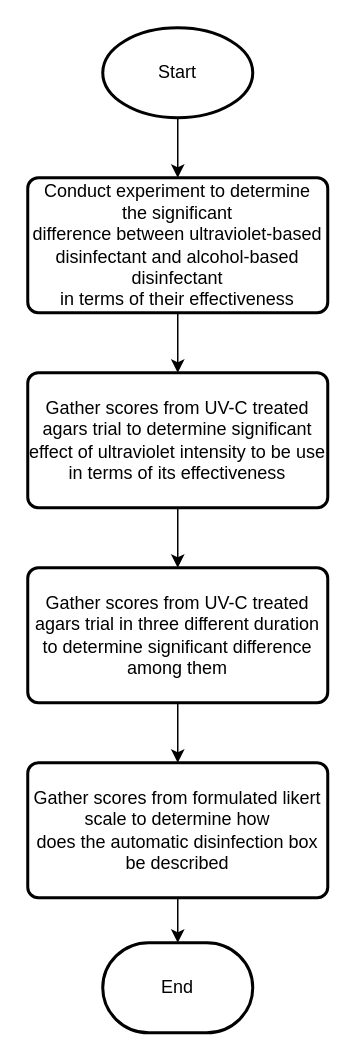
Before: March 3, 2022/Flowcharts/research design flowchart.drawio in MMSaralde/Computer-Engineering-Practice-and-Design-2, a draw.io diagram. Source tidied: cells renumbered, new cells numbered last; positions are measured from the earlier drawing's top-left corner, leaving out a move shared by most shapes. Both pictures are drawn from the tidied source at 150%, with x=0, y=0 at pixel (27, 27).
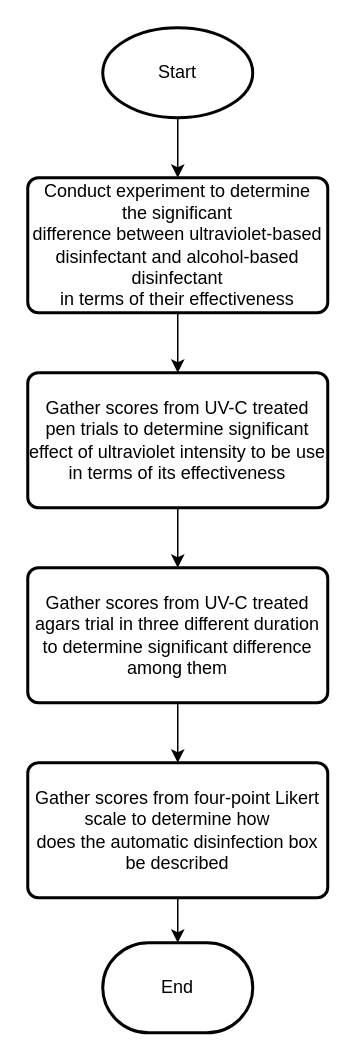
The same page after the edit.

Change to the diagram source:
```diff
@@
 <mxGraphModel>
   <root>
     <mxCell id="0" />
     <mxCell id="1" parent="0" />
     <mxCell id="2" style="edgeStyle=orthogonalEdgeStyle;rounded=0;jettySize=auto;html=1;fontSize=12;" parent="1" edge="1" source="3" target="5">
       <mxGeometry relative="1" as="geometry" />
     </mxCell>
     <mxCell id="3" value="Start" style="strokeWidth=2;html=1;shape=mxgraph.flowchart.start_1;whiteSpace=wrap;align=center;" parent="1" vertex="1">
       <mxGeometry x="50" width="100" height="60" as="geometry" />
     </mxCell>
     <mxCell id="4" style="edgeStyle=orthogonalEdgeStyle;rounded=0;jettySize=auto;html=1;fontSize=12;" parent="1" edge="1" source="5" target="7">
       <mxGeometry relative="1" as="geometry" />
     </mxCell>
     <mxCell id="5" value="&lt;font style=&quot;font-size: 12px;&quot;&gt;Conduct experiment to determine the&amp;nbsp;&lt;span style=&quot;font-family: Arial, sans-serif;&quot; lang=&quot;EN-US&quot;&gt;significant&lt;br&gt;difference between ultraviolet-based disinfectant and alcohol-based disinfectant&lt;br&gt;in terms of their effectiveness&lt;/span&gt;&lt;/font&gt;" style="rounded=1;whiteSpace=wrap;html=1;absoluteArcSize=1;arcSize=14;strokeWidth=2;align=center;" parent="1" vertex="1">
       <mxGeometry y="100" width="200" height="90" as="geometry" />
     </mxCell>
     <mxCell id="6" style="edgeStyle=orthogonalEdgeStyle;rounded=0;jettySize=auto;html=1;fontSize=12;" parent="1" edge="1" source="7" target="9">
       <mxGeometry relative="1" as="geometry" />
     </mxCell>
-    <mxCell id="7" value="&lt;font style=&quot;font-size: 12px;&quot;&gt;Gather scores from UV-C treated agars trial to determine&amp;nbsp;&lt;span style=&quot;font-family: Arial, sans-serif;&quot; lang=&quot;EN-US&quot;&gt;significant&lt;br&gt;effect of ultraviolet intensity to be use in terms of its effectiveness&lt;/span&gt;&lt;/font&gt;" style="rounded=1;whiteSpace=wrap;html=1;absoluteArcSize=1;arcSize=14;strokeWidth=2;fontSize=12;align=center;" parent="1" vertex="1">
+    <mxCell id="7" value="&lt;font style=&quot;font-size: 12px;&quot;&gt;Gather scores from UV-C treated pen trials to determine&amp;nbsp;&lt;span style=&quot;font-family: Arial, sans-serif;&quot; lang=&quot;EN-US&quot;&gt;significant&lt;br&gt;effect of ultraviolet intensity to be use in terms of its effectiveness&lt;/span&gt;&lt;/font&gt;" style="rounded=1;whiteSpace=wrap;html=1;absoluteArcSize=1;arcSize=14;strokeWidth=2;fontSize=12;align=center;" parent="1" vertex="1">
       <mxGeometry y="230" width="200" height="90" as="geometry" />
     </mxCell>
     <mxCell id="8" style="edgeStyle=orthogonalEdgeStyle;rounded=0;jettySize=auto;html=1;fontSize=12;" parent="1" edge="1" source="9" target="11">
       <mxGeometry relative="1" as="geometry" />
     </mxCell>
     <mxCell id="9" value="Gather scores from UV-C treated agars trial in three different duration to determine significant difference among them" style="rounded=1;whiteSpace=wrap;html=1;absoluteArcSize=1;arcSize=14;strokeWidth=2;fontSize=12;align=center;" parent="1" vertex="1">
       <mxGeometry y="360" width="200" height="90" as="geometry" />
     </mxCell>
     <mxCell id="10" style="edgeStyle=orthogonalEdgeStyle;rounded=0;jettySize=auto;html=1;fontSize=12;" parent="1" edge="1" source="11" target="12">
       <mxGeometry relative="1" as="geometry" />
     </mxCell>
-    <mxCell id="11" value="Gather scores from formulated likert scale to determine h&lt;span lang=&quot;EN-US&quot;&gt;ow&lt;br&gt;does the automatic disinfection box be described&lt;/span&gt;" style="rounded=1;whiteSpace=wrap;html=1;absoluteArcSize=1;arcSize=14;strokeWidth=2;fontSize=12;align=center;" parent="1" vertex="1">
+    <mxCell id="11" value="Gather scores from four-point Likert scale to determine h&lt;span lang=&quot;EN-US&quot;&gt;ow&lt;br&gt;does the automatic disinfection box be described&lt;/span&gt;" style="rounded=1;whiteSpace=wrap;html=1;absoluteArcSize=1;arcSize=14;strokeWidth=2;fontSize=12;align=center;" parent="1" vertex="1">
       <mxGeometry y="490" width="200" height="90" as="geometry" />
     </mxCell>
     <mxCell id="12" value="End" style="strokeWidth=2;html=1;shape=mxgraph.flowchart.terminator;whiteSpace=wrap;fontSize=12;align=center;" parent="1" vertex="1">
       <mxGeometry x="50" y="610" width="100" height="60" as="geometry" />
     </mxCell>
   </root>
 </mxGraphModel>
```
